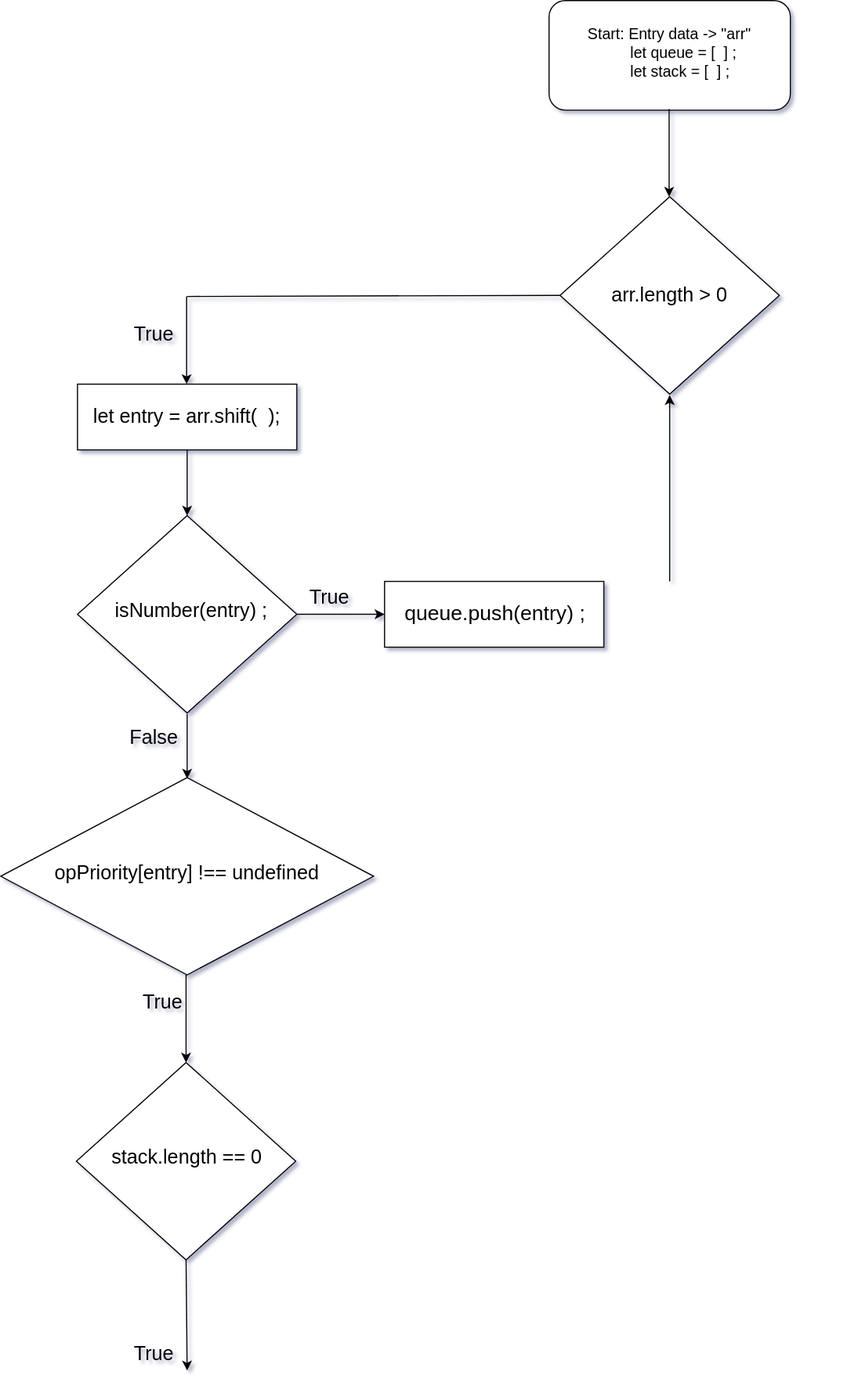
Above: Untitled Diagram.drawio.svg in jcgm3205/jcgm3205 (draw.io), before the change. Source tidied: cells renumbered, new cells last; positions are measured from the earlier drawing's top-left corner, leaving out a move shared by most shapes. The source it was exported from:
```xml
<mxGraphModel shadow="1">
  <root>
    <mxCell id="0" />
    <mxCell id="1" parent="0" />
    <mxCell id="2" style="rounded=1;whiteSpace=wrap;html=1;" parent="1" vertex="1">
      <mxGeometry x="500" width="220" height="100" as="geometry" />
    </mxCell>
    <mxCell id="3" value="&lt;font&gt;&lt;span style=&quot;font-size: 14px&quot;&gt;Start: Entry data -&amp;gt; &quot;arr&quot;&lt;/span&gt;&lt;br&gt;&lt;div style=&quot;text-align: left&quot;&gt;&lt;span style=&quot;font-size: 14px&quot;&gt;&amp;nbsp; &amp;nbsp; &amp;nbsp; &amp;nbsp; &amp;nbsp; let queue = [&amp;nbsp; ] ;&lt;/span&gt;&lt;/div&gt;&lt;div style=&quot;text-align: left&quot;&gt;&lt;span style=&quot;font-size: 14px&quot;&gt;&amp;nbsp; &amp;nbsp; &amp;nbsp; &amp;nbsp; &amp;nbsp; let stack = [&amp;nbsp; ] ;&lt;/span&gt;&lt;/div&gt;&lt;br&gt;&lt;/font&gt;" style="text;html=1;strokeColor=none;fillColor=none;align=center;verticalAlign=middle;whiteSpace=wrap;rounded=0;" parent="1" vertex="1">
      <mxGeometry x="460" width="300" height="110" as="geometry" />
    </mxCell>
    <mxCell id="4" style="endArrow=classic;html=1;rounded=0;fontSize=14;" parent="1" edge="1">
      <mxGeometry relative="1" as="geometry">
        <mxPoint x="609.5" y="99" as="sourcePoint" />
        <mxPoint x="609.5" y="179" as="targetPoint" />
      </mxGeometry>
    </mxCell>
    <mxCell id="5" style="rhombus;whiteSpace=wrap;html=1;fontSize=14;" parent="1" vertex="1">
      <mxGeometry x="510" y="179" width="200" height="180" as="geometry" />
    </mxCell>
    <mxCell id="6" value="&lt;font style=&quot;font-size: 18px&quot;&gt;arr.length &amp;gt; 0&lt;/font&gt;" style="text;html=1;strokeColor=none;fillColor=none;align=center;verticalAlign=middle;whiteSpace=wrap;rounded=0;fontSize=14;" parent="1" vertex="1">
      <mxGeometry x="550" y="219" width="120" height="100" as="geometry" />
    </mxCell>
    <mxCell id="7" style="endArrow=classic;html=1;rounded=0;fontSize=14;" parent="1" edge="1">
      <mxGeometry relative="1" as="geometry">
        <mxPoint x="169.5" y="270" as="sourcePoint" />
        <mxPoint x="169.5" y="350" as="targetPoint" />
      </mxGeometry>
    </mxCell>
    <mxCell id="8" value="True" style="text;html=1;strokeColor=none;fillColor=none;align=center;verticalAlign=middle;whiteSpace=wrap;rounded=0;fontSize=18;" parent="1" vertex="1">
      <mxGeometry x="110" y="290" width="60" height="30" as="geometry" />
    </mxCell>
    <mxCell id="9" style="rounded=0;whiteSpace=wrap;html=1;fontSize=18;" parent="1" vertex="1">
      <mxGeometry x="70" y="350" width="200" height="60" as="geometry" />
    </mxCell>
    <mxCell id="10" value="let entry = arr.shift(&amp;nbsp; );" style="text;html=1;strokeColor=none;fillColor=none;align=center;verticalAlign=middle;whiteSpace=wrap;rounded=0;fontSize=18;" parent="1" vertex="1">
      <mxGeometry x="70" y="350" width="200" height="60" as="geometry" />
    </mxCell>
    <mxCell id="11" style="rhombus;whiteSpace=wrap;html=1;fontSize=14;" parent="1" vertex="1">
      <mxGeometry x="70" y="470" width="200" height="180" as="geometry" />
    </mxCell>
    <mxCell id="12" value="isNumber(entry) ;" style="text;html=1;strokeColor=none;fillColor=none;align=center;verticalAlign=middle;whiteSpace=wrap;rounded=0;fontSize=18;" parent="1" vertex="1">
      <mxGeometry x="94" y="507" width="160" height="100" as="geometry" />
    </mxCell>
    <mxCell id="13" style="endArrow=classic;html=1;rounded=0;fontSize=18;" parent="1" edge="1">
      <mxGeometry relative="1" as="geometry">
        <mxPoint x="170" y="651" as="sourcePoint" />
        <mxPoint x="170" y="710" as="targetPoint" />
      </mxGeometry>
    </mxCell>
    <mxCell id="14" value="False" style="text;html=1;strokeColor=none;fillColor=none;align=center;verticalAlign=middle;whiteSpace=wrap;rounded=0;fontSize=18;" parent="1" vertex="1">
      <mxGeometry x="110" y="658" width="60" height="30" as="geometry" />
    </mxCell>
    <mxCell id="15" style="rhombus;whiteSpace=wrap;html=1;fontSize=14;" parent="1" vertex="1">
      <mxGeometry y="709" width="340" height="180" as="geometry" />
    </mxCell>
    <mxCell id="16" value="opPriority[entry] !== undefined" style="text;html=1;strokeColor=none;fillColor=none;align=center;verticalAlign=middle;whiteSpace=wrap;rounded=0;fontSize=18;" parent="1" vertex="1">
      <mxGeometry x="40" y="756" width="260" height="80" as="geometry" />
    </mxCell>
    <mxCell id="17" style="endArrow=classic;html=1;rounded=0;fontSize=18;" parent="1" edge="1">
      <mxGeometry relative="1" as="geometry">
        <mxPoint x="169" y="889" as="sourcePoint" />
        <mxPoint x="169" y="969" as="targetPoint" />
      </mxGeometry>
    </mxCell>
    <mxCell id="18" value="True" style="text;html=1;strokeColor=none;fillColor=none;align=center;verticalAlign=middle;whiteSpace=wrap;rounded=0;fontSize=18;" parent="1" vertex="1">
      <mxGeometry x="118" y="899" width="60" height="30" as="geometry" />
    </mxCell>
    <mxCell id="19" style="rhombus;whiteSpace=wrap;html=1;fontSize=14;" parent="1" vertex="1">
      <mxGeometry x="69" y="969" width="200" height="180" as="geometry" />
    </mxCell>
    <mxCell id="20" value="stack.length == 0" style="text;html=1;strokeColor=none;fillColor=none;align=center;verticalAlign=middle;whiteSpace=wrap;rounded=0;fontSize=18;" parent="1" vertex="1">
      <mxGeometry x="90" y="1006" width="160" height="100" as="geometry" />
    </mxCell>
    <mxCell id="21" style="endArrow=classic;html=1;rounded=0;fontSize=18;exitX=0.5;exitY=1;exitDx=0;exitDy=0;entryX=1;entryY=1;entryDx=0;entryDy=0;entryPerimeter=0;" parent="1" edge="1" source="19" target="22">
      <mxGeometry relative="1" as="geometry" />
    </mxCell>
    <mxCell id="22" value="True" style="text;html=1;strokeColor=none;fillColor=none;align=center;verticalAlign=middle;whiteSpace=wrap;rounded=0;fontSize=18;" parent="1" vertex="1">
      <mxGeometry x="110" y="1220" width="60" height="30" as="geometry" />
    </mxCell>
    <mxCell id="23" style="endArrow=none;html=1;rounded=0;exitX=0;exitY=0.5;exitDx=0;exitDy=0;" parent="1" edge="1" source="5">
      <mxGeometry relative="1" as="geometry">
        <mxPoint x="170" y="270" as="targetPoint" />
      </mxGeometry>
    </mxCell>
    <mxCell id="24" style="endArrow=classic;html=1;rounded=0;" parent="1" edge="1">
      <mxGeometry relative="1" as="geometry">
        <mxPoint x="170" y="410" as="sourcePoint" />
        <mxPoint x="170" y="470" as="targetPoint" />
      </mxGeometry>
    </mxCell>
    <mxCell id="25" style="endArrow=classic;html=1;rounded=0;" parent="1" edge="1">
      <mxGeometry relative="1" as="geometry">
        <mxPoint x="270" y="560" as="sourcePoint" />
        <mxPoint x="350" y="560" as="targetPoint" />
      </mxGeometry>
    </mxCell>
    <mxCell id="26" value="True" style="text;html=1;strokeColor=none;fillColor=none;align=center;verticalAlign=middle;whiteSpace=wrap;rounded=0;fontSize=18;" parent="1" vertex="1">
      <mxGeometry x="270" y="530" width="60" height="30" as="geometry" />
    </mxCell>
    <mxCell id="27" style="rounded=0;whiteSpace=wrap;html=1;" parent="1" vertex="1">
      <mxGeometry x="350" y="530" width="200" height="60" as="geometry" />
    </mxCell>
    <mxCell id="28" value="&lt;font style=&quot;font-size: 19px&quot;&gt;queue.push(entry) ;&lt;/font&gt;" style="text;html=1;strokeColor=none;fillColor=none;align=center;verticalAlign=middle;whiteSpace=wrap;rounded=0;" parent="1" vertex="1">
      <mxGeometry x="351" y="530" width="200" height="60" as="geometry" />
    </mxCell>
    <mxCell id="29" style="endArrow=classic;html=1;rounded=0;fontSize=19;" parent="1" edge="1">
      <mxGeometry relative="1" as="geometry">
        <mxPoint x="610" y="530" as="sourcePoint" />
        <mxPoint x="610" y="360" as="targetPoint" />
      </mxGeometry>
    </mxCell>
  </root>
</mxGraphModel>
```
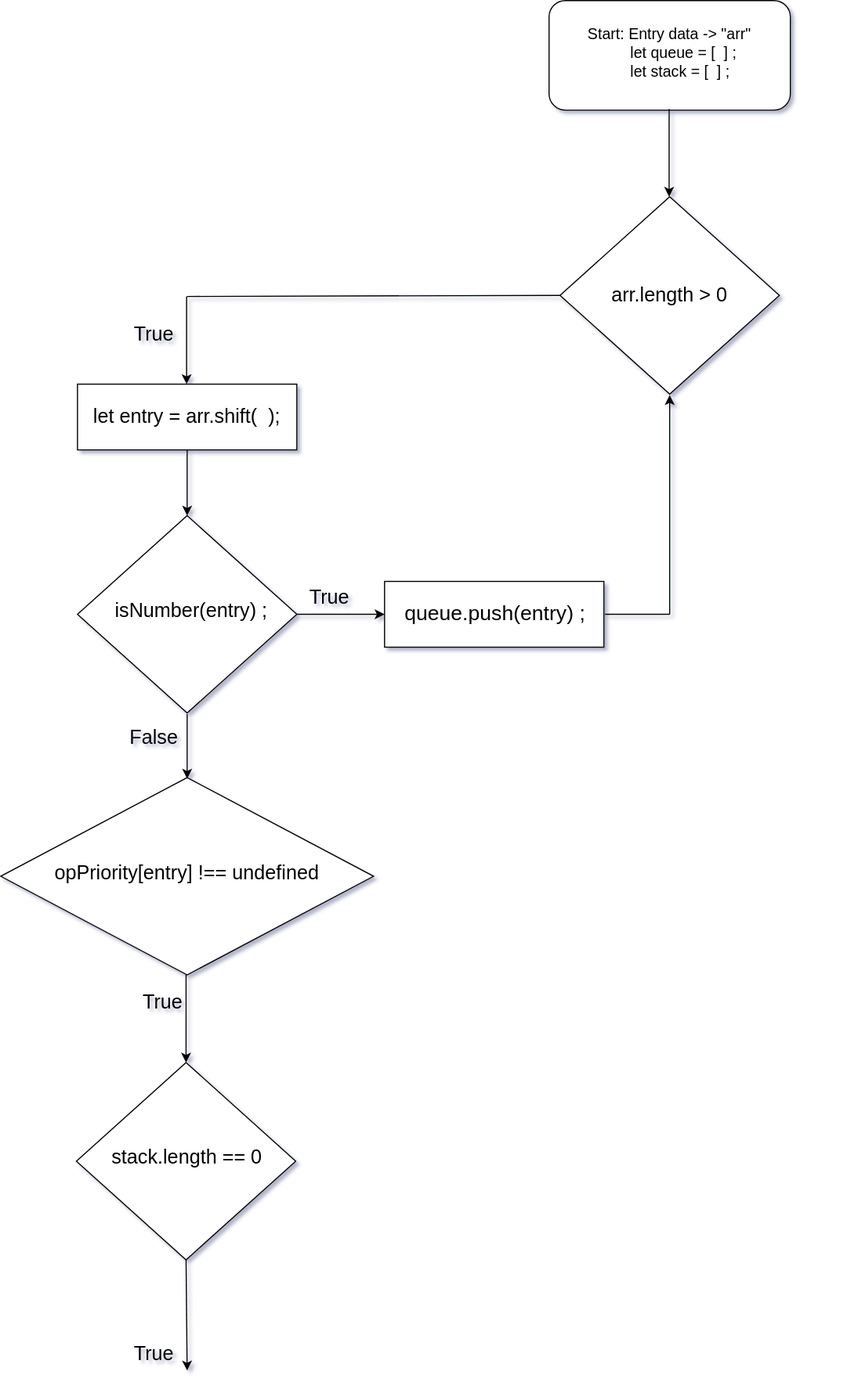
Later version of the same file.

What changed in the source:
```diff
@@ -105,9 +105,15 @@
     </mxCell>
     <mxCell id="29" style="endArrow=classic;html=1;rounded=0;fontSize=19;" parent="1" edge="1">
       <mxGeometry relative="1" as="geometry">
-        <mxPoint x="610" y="530" as="sourcePoint" />
+        <mxPoint x="610" y="560" as="sourcePoint" />
         <mxPoint x="610" y="360" as="targetPoint" />
       </mxGeometry>
     </mxCell>
+    <mxCell id="30" style="endArrow=none;html=1;rounded=0;fontSize=19;" parent="1" edge="1">
+      <mxGeometry relative="1" as="geometry">
+        <mxPoint x="551" y="560" as="sourcePoint" />
+        <mxPoint x="610" y="560" as="targetPoint" />
+      </mxGeometry>
+    </mxCell>
   </root>
 </mxGraphModel>
```
